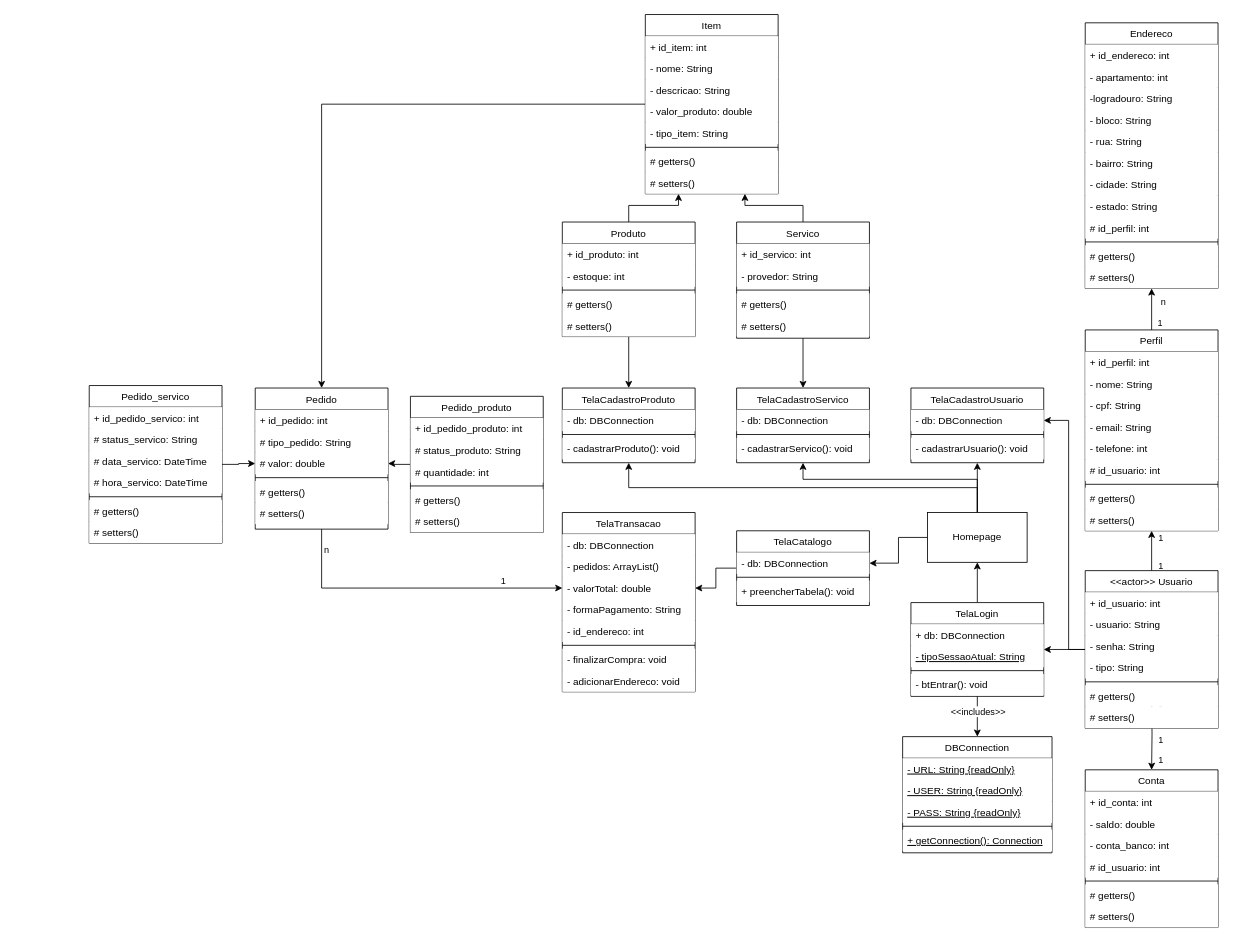
Above: Diagrama sem nome.drawio in MolisaxD/VixMinSA (draw.io), before the change. Source tidied: cells renumbered, new cells numbered last; positions are measured from the earlier drawing's top-left corner, leaving out a move shared by most shapes. Both pictures are drawn from the tidied source at 83%, with x=0, y=0 at pixel (89, 14).
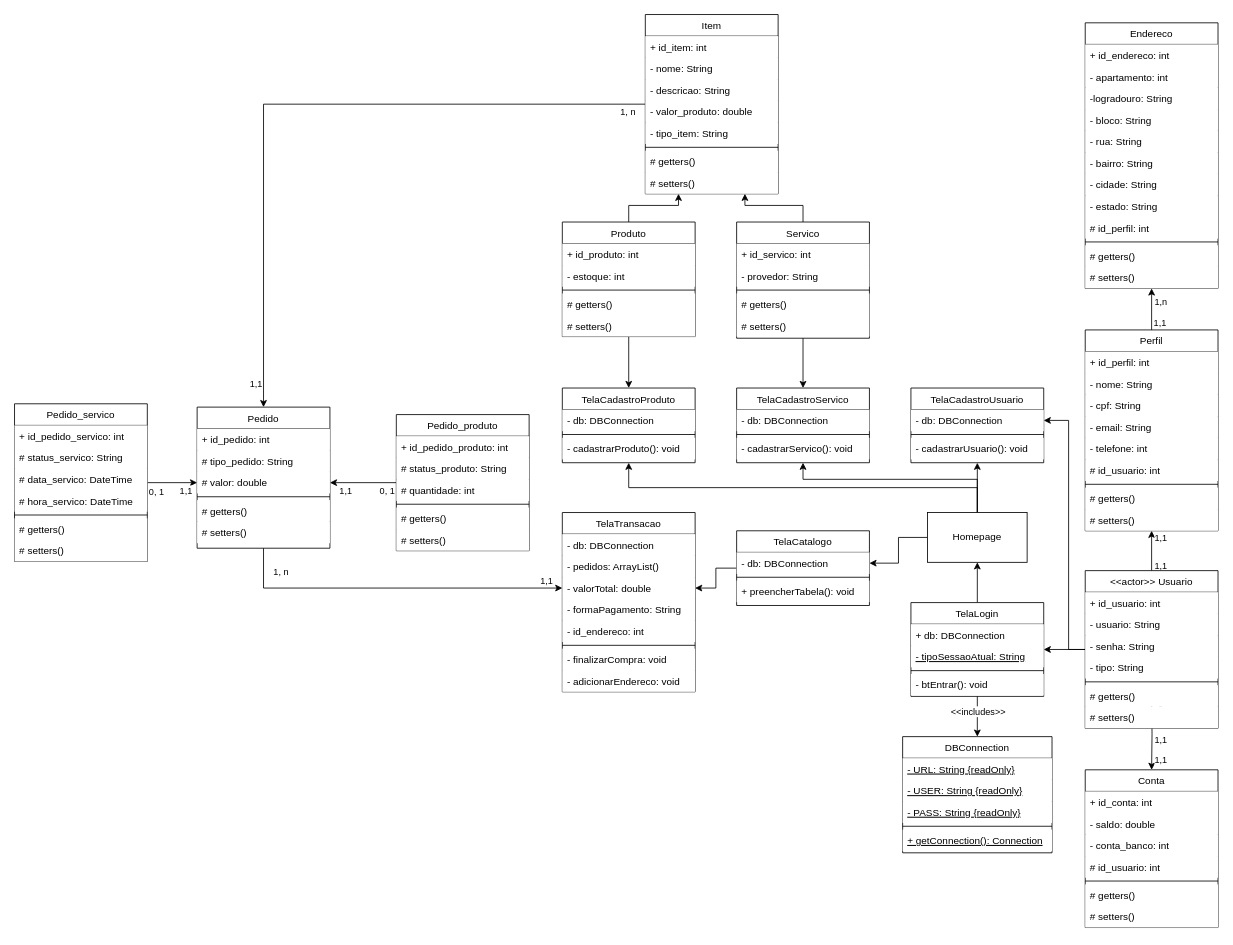
The same page after the edit.

Unchanged cells that the change refers to:
```xml
<mxCell id="10" style="edgeStyle=orthogonalEdgeStyle;rounded=0;jettySize=auto;html=1;entryX=0.5;entryY=0;entryDx=0;entryDy=0;" parent="1" edge="1" target="49">
  <mxGeometry relative="1" as="geometry">
    <mxPoint x="1280" y="823" as="sourcePoint" />
  </mxGeometry>
</mxCell>
<mxCell id="14" style="edgeStyle=orthogonalEdgeStyle;rounded=0;jettySize=auto;html=1;entryX=0.5;entryY=1;entryDx=0;entryDy=0;" parent="1" edge="1" source="19" target="60">
  <mxGeometry relative="1" as="geometry" />
</mxCell>
<mxCell id="57" style="edgeStyle=orthogonalEdgeStyle;rounded=0;jettySize=auto;html=1;entryX=0.5;entryY=1;entryDx=0;entryDy=0;" parent="1" edge="1" source="60" target="70">
  <mxGeometry relative="1" as="geometry" />
</mxCell>
<mxCell id="97" style="edgeStyle=orthogonalEdgeStyle;rounded=0;jettySize=auto;html=1;entryX=0;entryY=0.5;entryDx=0;entryDy=0;" parent="1" edge="1" source="100" target="91">
  <mxGeometry relative="1" as="geometry" />
</mxCell>
<mxCell id="124" style="edgeStyle=orthogonalEdgeStyle;rounded=0;jettySize=auto;html=1;" parent="1" edge="1" source="125" target="100">
  <mxGeometry relative="1" as="geometry" />
</mxCell>
<mxCell id="134" style="edgeStyle=orthogonalEdgeStyle;rounded=0;jettySize=auto;html=1;entryX=1;entryY=0.5;entryDx=0;entryDy=0;" parent="1" edge="1" source="135" target="103">
  <mxGeometry relative="1" as="geometry" />
</mxCell>
<mxCell id="142" style="edgeStyle=orthogonalEdgeStyle;rounded=0;jettySize=auto;html=1;entryX=0;entryY=0.5;entryDx=0;entryDy=0;" parent="1" edge="1" source="143" target="103">
  <mxGeometry relative="1" as="geometry" />
</mxCell>
```

What changed in the source:
```diff
@@
-    <mxCell id="12" value="1" style="edgeLabel;html=1;align=center;verticalAlign=middle;" parent="10" vertex="1">
+    <mxCell id="12" value="1,1" style="edgeLabel;html=1;align=center;verticalAlign=middle;" parent="10" vertex="1">
       <mxGeometry x="0.41" y="-1" relative="1" as="geometry">
         <mxPoint x="11" y="-11" as="offset" />
       </mxGeometry>
     </mxCell>
-    <mxCell id="13" value="1" style="edgeLabel;html=1;align=center;verticalAlign=middle;" parent="10" vertex="1">
+    <mxCell id="13" value="1,1" style="edgeLabel;html=1;align=center;verticalAlign=middle;" parent="10" vertex="1">
       <mxGeometry x="0.72" y="1" relative="1" as="geometry">
         <mxPoint x="9" as="offset" />
       </mxGeometry>
     </mxCell>
@@
-    <mxCell id="15" value="1" style="edgeLabel;html=1;align=center;verticalAlign=middle;" parent="14" vertex="1">
+    <mxCell id="15" value="1,1" style="edgeLabel;html=1;align=center;verticalAlign=middle;" parent="14" vertex="1">
       <mxGeometry x="0.48" y="1" relative="1" as="geometry">
         <mxPoint x="11" y="-4" as="offset" />
       </mxGeometry>
     </mxCell>
-    <mxCell id="16" value="1" style="edgeLabel;html=1;align=center;verticalAlign=middle;" parent="14" vertex="1">
+    <mxCell id="16" value="1,1" style="edgeLabel;html=1;align=center;verticalAlign=middle;" parent="14" vertex="1">
       <mxGeometry x="-0.45" y="-1" relative="1" as="geometry">
         <mxPoint x="9" y="6" as="offset" />
       </mxGeometry>
     </mxCell>
@@
-    <mxCell id="58" value="n" style="edgeLabel;html=1;align=center;verticalAlign=middle;" parent="57" vertex="1">
+    <mxCell id="58" value="1,n" style="edgeLabel;html=1;align=center;verticalAlign=middle;" parent="57" vertex="1">
       <mxGeometry x="0.41" y="2" relative="1" as="geometry">
-        <mxPoint x="15" as="offset" />
+        <mxPoint x="12" as="offset" />
       </mxGeometry>
     </mxCell>
-    <mxCell id="59" value="1" style="edgeLabel;html=1;align=center;verticalAlign=middle;" parent="57" vertex="1">
+    <mxCell id="59" value="1,1" style="edgeLabel;html=1;align=center;verticalAlign=middle;" parent="57" vertex="1">
       <mxGeometry x="-0.54" relative="1" as="geometry">
         <mxPoint x="9" y="3" as="offset" />
       </mxGeometry>
     </mxCell>
@@
-    <mxCell id="98" value="1" style="edgeLabel;html=1;align=center;verticalAlign=middle;" parent="97" vertex="1">
+    <mxCell id="98" value="1,1" style="edgeLabel;html=1;align=center;verticalAlign=middle;" parent="97" vertex="1">
       <mxGeometry x="0.6" y="1" relative="1" as="geometry">
-        <mxPoint y="-8" as="offset" />
+        <mxPoint x="62" y="-8" as="offset" />
       </mxGeometry>
     </mxCell>
-    <mxCell id="99" value="n" style="edgeLabel;html=1;align=center;verticalAlign=middle;" parent="97" vertex="1">
+    <mxCell id="99" value="1, n" style="edgeLabel;html=1;align=center;verticalAlign=middle;" parent="97" vertex="1">
       <mxGeometry x="-0.83" relative="1" as="geometry">
-        <mxPoint x="5" y="-7" as="offset" />
+        <mxPoint x="20" y="-7" as="offset" />
       </mxGeometry>
     </mxCell>
     <mxCell id="100" value="Pedido" style="swimlane;fontStyle=0;align=center;verticalAlign=top;horizontal=1;startSize=26;rounded=0;shadow=0;strokeWidth=1;fillColor=default;gradientColor=none;" parent="1" vertex="1">
-      <mxGeometry x="200" y="450" width="160" height="170" as="geometry" />
+      <mxGeometry x="130" y="473" width="160" height="170" as="geometry" />
     </mxCell>
@@
+    <mxCell id="151" value="1, n" style="edgeLabel;html=1;align=center;verticalAlign=middle;" parent="124" vertex="1">
+      <mxGeometry x="-0.95" y="-2" relative="1" as="geometry">
+        <mxPoint x="-1" y="11" as="offset" />
+      </mxGeometry>
+    </mxCell>
+    <mxCell id="152" value="1,1" style="edgeLabel;html=1;align=center;verticalAlign=middle;" parent="124" vertex="1">
+      <mxGeometry x="0.93" y="1" relative="1" as="geometry">
+        <mxPoint x="-11" as="offset" />
+      </mxGeometry>
+    </mxCell>
@@
+    <mxCell id="153" value="1,1" style="edgeLabel;html=1;align=center;verticalAlign=middle;" parent="134" vertex="1">
+      <mxGeometry x="0.56" y="3" relative="1" as="geometry">
+        <mxPoint y="6" as="offset" />
+      </mxGeometry>
+    </mxCell>
+    <mxCell id="154" value="0, 1" style="edgeLabel;html=1;align=center;verticalAlign=middle;" parent="134" vertex="1">
+      <mxGeometry x="-0.71" y="1" relative="1" as="geometry">
+        <mxPoint y="8" as="offset" />
+      </mxGeometry>
+    </mxCell>
     <mxCell id="135" value="Pedido_produto&#10;" style="swimlane;fontStyle=0;align=center;verticalAlign=top;horizontal=1;startSize=26;rounded=0;shadow=0;strokeWidth=1;fillColor=default;gradientColor=none;" parent="1" vertex="1">
-      <mxGeometry x="387" y="460" width="160" height="164" as="geometry" />
+      <mxGeometry x="370" y="482" width="160" height="164" as="geometry" />
     </mxCell>
@@
+    <mxCell id="155" value="1,1&amp;nbsp;" style="edgeLabel;html=1;align=center;verticalAlign=middle;" parent="142" vertex="1">
+      <mxGeometry x="0.55" y="-1" relative="1" as="geometry">
+        <mxPoint y="8" as="offset" />
+      </mxGeometry>
+    </mxCell>
+    <mxCell id="156" value="0, 1" style="edgeLabel;html=1;align=center;verticalAlign=middle;" parent="142" vertex="1">
+      <mxGeometry x="-0.8" y="2" relative="1" as="geometry">
+        <mxPoint x="4" y="12" as="offset" />
+      </mxGeometry>
+    </mxCell>
     <mxCell id="143" value="Pedido_servico" style="swimlane;fontStyle=0;align=center;verticalAlign=top;horizontal=1;startSize=26;rounded=0;shadow=0;strokeWidth=1;fillColor=default;gradientColor=none;" parent="1" vertex="1">
-      <mxGeometry y="447" width="160" height="190" as="geometry" />
+      <mxGeometry x="-90" y="469" width="160" height="190" as="geometry" />
     </mxCell>
```
